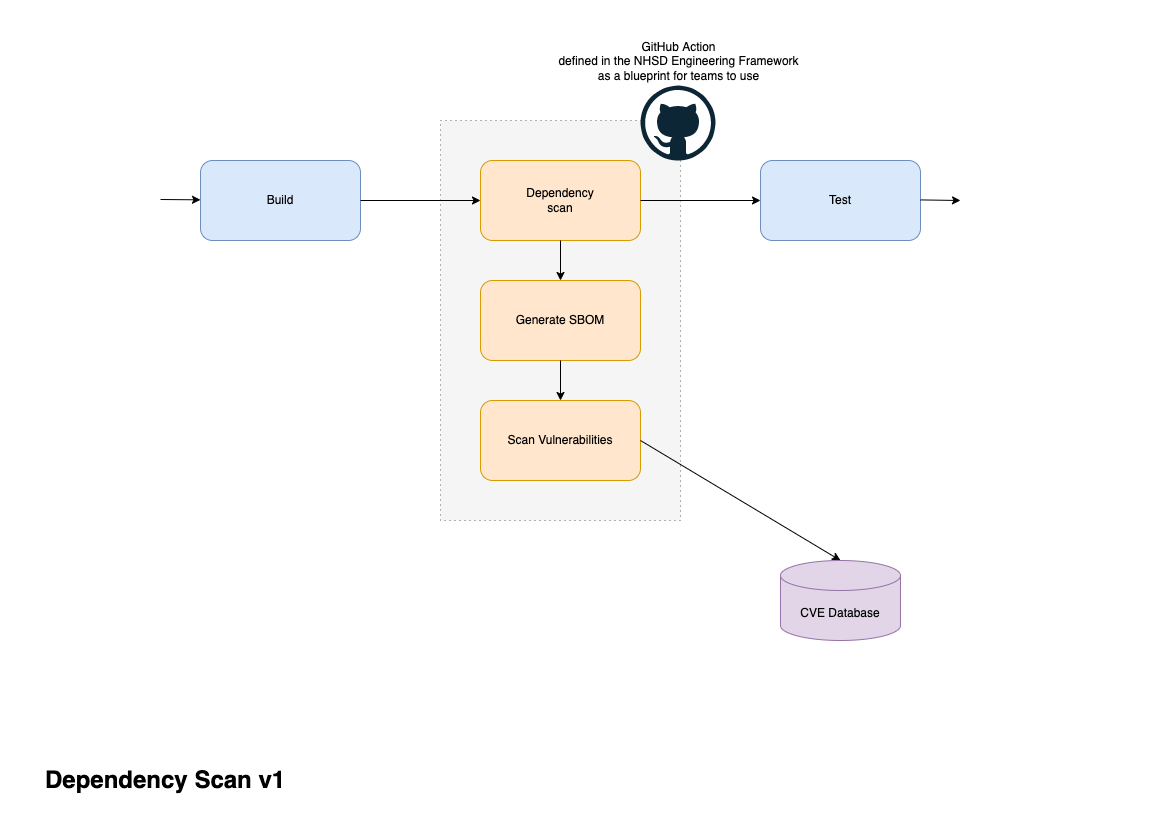
Earlier version of the draw.io export tools/dependency-scan/Design - Dependency Scan v1.drawio.png (NHSDigital/software-engineering-quality-framework). Source tidied: cells renumbered, new cells last; positions are measured from the earlier drawing's top-left corner, leaving out a move shared by most shapes. Source of this version:
```xml
<mxGraphModel>
  <root>
    <mxCell id="0" />
    <mxCell id="1" parent="0" />
    <mxCell id="2" style="rounded=0;whiteSpace=wrap;html=1;fillColor=#f5f5f5;fontColor=#333333;strokeColor=#666666;dashed=1;dashPattern=1 4;" parent="1" vertex="1">
      <mxGeometry x="400" y="35" width="240" height="400" as="geometry" />
    </mxCell>
    <mxCell id="3" value="Build" style="rounded=1;whiteSpace=wrap;html=1;fillColor=#dae8fc;strokeColor=#6c8ebf;" parent="1" vertex="1">
      <mxGeometry x="160" y="75" width="160" height="80" as="geometry" />
    </mxCell>
    <mxCell id="4" value="Dependency&lt;br&gt;scan" style="rounded=1;whiteSpace=wrap;html=1;fillColor=#ffe6cc;strokeColor=#d79b00;" parent="1" vertex="1">
      <mxGeometry x="440" y="75" width="160" height="80" as="geometry" />
    </mxCell>
    <mxCell id="5" value="Test" style="rounded=1;whiteSpace=wrap;html=1;fillColor=#dae8fc;strokeColor=#6c8ebf;" parent="1" vertex="1">
      <mxGeometry x="720" y="75" width="160" height="80" as="geometry" />
    </mxCell>
    <mxCell id="6" value="Generate SBOM" style="rounded=1;whiteSpace=wrap;html=1;fillColor=#ffe6cc;strokeColor=#d79b00;" parent="1" vertex="1">
      <mxGeometry x="440" y="195" width="160" height="80" as="geometry" />
    </mxCell>
    <mxCell id="7" value="Scan Vulnerabilities" style="rounded=1;whiteSpace=wrap;html=1;fillColor=#ffe6cc;strokeColor=#d79b00;" parent="1" vertex="1">
      <mxGeometry x="440" y="315" width="160" height="80" as="geometry" />
    </mxCell>
    <mxCell id="8" style="endArrow=classic;html=1;rounded=0;exitX=1;exitY=0.5;exitDx=0;exitDy=0;entryX=0;entryY=0.5;entryDx=0;entryDy=0;" parent="1" edge="1" source="3" target="4">
      <mxGeometry relative="1" as="geometry" />
    </mxCell>
    <mxCell id="9" style="endArrow=classic;html=1;rounded=0;exitX=1;exitY=0.5;exitDx=0;exitDy=0;entryX=0;entryY=0.5;entryDx=0;entryDy=0;" parent="1" edge="1" source="4" target="5">
      <mxGeometry relative="1" as="geometry" />
    </mxCell>
    <mxCell id="10" style="endArrow=classic;html=1;rounded=0;exitX=0.5;exitY=1;exitDx=0;exitDy=0;" parent="1" edge="1" source="4" target="6">
      <mxGeometry relative="1" as="geometry" />
    </mxCell>
    <mxCell id="11" style="endArrow=classic;html=1;rounded=0;entryX=0.5;entryY=0;entryDx=0;entryDy=0;" parent="1" edge="1" source="6" target="7">
      <mxGeometry relative="1" as="geometry" />
    </mxCell>
    <mxCell id="12" style="endArrow=classic;html=1;rounded=0;entryX=0.5;entryY=0;entryDx=0;entryDy=0;entryPerimeter=0;exitX=1;exitY=0.5;exitDx=0;exitDy=0;" parent="1" edge="1" source="7" target="17">
      <mxGeometry relative="1" as="geometry" />
    </mxCell>
    <mxCell id="13" style="endArrow=classic;html=1;rounded=0;" parent="1" edge="1" target="3">
      <mxGeometry relative="1" as="geometry">
        <mxPoint x="120" y="114" as="sourcePoint" />
      </mxGeometry>
    </mxCell>
    <mxCell id="14" style="endArrow=classic;html=1;rounded=0;exitX=1;exitY=0.5;exitDx=0;exitDy=0;" parent="1" edge="1">
      <mxGeometry relative="1" as="geometry">
        <mxPoint x="880" y="114.4" as="sourcePoint" />
        <mxPoint x="920" y="115" as="targetPoint" />
      </mxGeometry>
    </mxCell>
    <mxCell id="15" value="&lt;h1&gt;Dependency Scan v1&lt;/h1&gt;" style="text;html=1;strokeColor=none;fillColor=none;spacing=5;spacingTop=-20;whiteSpace=wrap;overflow=hidden;rounded=0;" parent="1" vertex="1">
      <mxGeometry y="675" width="280" height="40" as="geometry" />
    </mxCell>
    <mxCell id="16" value="GitHub Action&lt;br&gt;defined in the NHSD Engineering Framework&lt;br&gt;as a blueprint for teams to use" style="dashed=0;html=1;align=center;labelPosition=center;verticalLabelPosition=top;verticalAlign=bottom;shape=mxgraph.weblogos.github;" parent="1" vertex="1">
      <mxGeometry x="600" width="75" height="75" as="geometry" />
    </mxCell>
    <mxCell id="17" value="CVE&amp;nbsp;Database" style="shape=cylinder3;whiteSpace=wrap;html=1;boundedLbl=1;backgroundOutline=1;size=15;fillColor=#e1d5e7;strokeColor=#9673a6;" parent="1" vertex="1">
      <mxGeometry x="740" y="475" width="120" height="80" as="geometry" />
    </mxCell>
  </root>
</mxGraphModel>
```
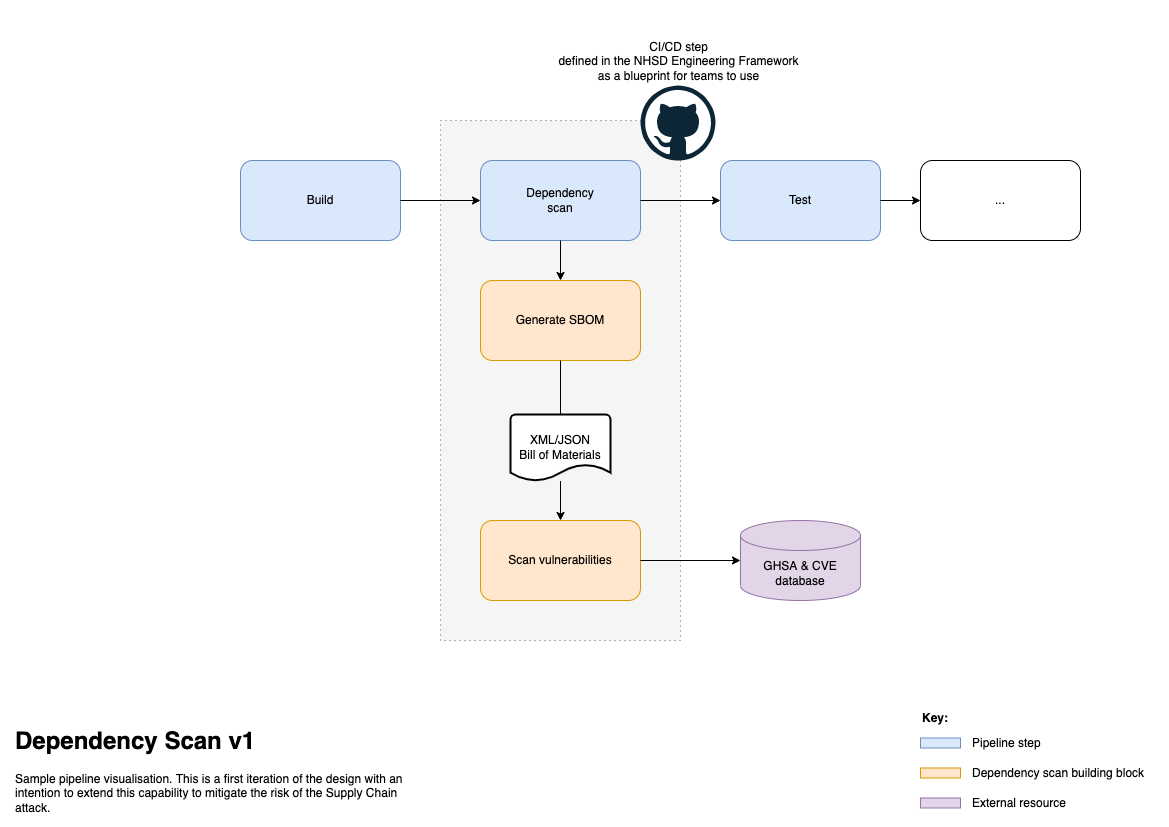
The same file after the commit.

Commit message:
Update the design diagram

Change to the diagram source:
```diff
@@ -3,22 +3,22 @@
     <mxCell id="0" />
     <mxCell id="1" parent="0" />
     <mxCell id="2" style="rounded=0;whiteSpace=wrap;html=1;fillColor=#f5f5f5;fontColor=#333333;strokeColor=#666666;dashed=1;dashPattern=1 4;" parent="1" vertex="1">
-      <mxGeometry x="400" y="35" width="240" height="400" as="geometry" />
+      <mxGeometry x="400" y="35" width="240" height="520" as="geometry" />
     </mxCell>
     <mxCell id="3" value="Build" style="rounded=1;whiteSpace=wrap;html=1;fillColor=#dae8fc;strokeColor=#6c8ebf;" parent="1" vertex="1">
-      <mxGeometry x="160" y="75" width="160" height="80" as="geometry" />
+      <mxGeometry x="200" y="75" width="160" height="80" as="geometry" />
     </mxCell>
-    <mxCell id="4" value="Dependency&lt;br&gt;scan" style="rounded=1;whiteSpace=wrap;html=1;fillColor=#ffe6cc;strokeColor=#d79b00;" parent="1" vertex="1">
+    <mxCell id="4" value="Dependency&lt;br&gt;scan" style="rounded=1;whiteSpace=wrap;html=1;fillColor=#dae8fc;strokeColor=#6c8ebf;" parent="1" vertex="1">
       <mxGeometry x="440" y="75" width="160" height="80" as="geometry" />
     </mxCell>
     <mxCell id="5" value="Test" style="rounded=1;whiteSpace=wrap;html=1;fillColor=#dae8fc;strokeColor=#6c8ebf;" parent="1" vertex="1">
-      <mxGeometry x="720" y="75" width="160" height="80" as="geometry" />
+      <mxGeometry x="680" y="75" width="160" height="80" as="geometry" />
     </mxCell>
     <mxCell id="6" value="Generate SBOM" style="rounded=1;whiteSpace=wrap;html=1;fillColor=#ffe6cc;strokeColor=#d79b00;" parent="1" vertex="1">
       <mxGeometry x="440" y="195" width="160" height="80" as="geometry" />
     </mxCell>
-    <mxCell id="7" value="Scan Vulnerabilities" style="rounded=1;whiteSpace=wrap;html=1;fillColor=#ffe6cc;strokeColor=#d79b00;" parent="1" vertex="1">
-      <mxGeometry x="440" y="315" width="160" height="80" as="geometry" />
+    <mxCell id="7" value="Scan vulnerabilities" style="rounded=1;whiteSpace=wrap;html=1;fillColor=#ffe6cc;strokeColor=#d79b00;" parent="1" vertex="1">
+      <mxGeometry x="440" y="435" width="160" height="80" as="geometry" />
     </mxCell>
     <mxCell id="8" style="endArrow=classic;html=1;rounded=0;exitX=1;exitY=0.5;exitDx=0;exitDy=0;entryX=0;entryY=0.5;entryDx=0;entryDy=0;" parent="1" edge="1" source="3" target="4">
       <mxGeometry relative="1" as="geometry" />
@@ -29,31 +29,53 @@
     <mxCell id="10" style="endArrow=classic;html=1;rounded=0;exitX=0.5;exitY=1;exitDx=0;exitDy=0;" parent="1" edge="1" source="4" target="6">
       <mxGeometry relative="1" as="geometry" />
     </mxCell>
-    <mxCell id="11" style="endArrow=classic;html=1;rounded=0;entryX=0.5;entryY=0;entryDx=0;entryDy=0;" parent="1" edge="1" source="6" target="7">
+    <mxCell id="11" style="endArrow=classic;html=1;rounded=0;entryX=0.5;entryY=0;entryDx=0;entryDy=0;startArrow=none;" parent="1" edge="1" source="18" target="7">
       <mxGeometry relative="1" as="geometry" />
     </mxCell>
-    <mxCell id="12" style="endArrow=classic;html=1;rounded=0;entryX=0.5;entryY=0;entryDx=0;entryDy=0;entryPerimeter=0;exitX=1;exitY=0.5;exitDx=0;exitDy=0;" parent="1" edge="1" source="7" target="17">
+    <mxCell id="12" style="endArrow=classic;html=1;rounded=0;exitX=1;exitY=0.5;exitDx=0;exitDy=0;" parent="1" edge="1" source="7" target="17">
       <mxGeometry relative="1" as="geometry" />
     </mxCell>
-    <mxCell id="13" style="endArrow=classic;html=1;rounded=0;" parent="1" edge="1" target="3">
-      <mxGeometry relative="1" as="geometry">
-        <mxPoint x="120" y="114" as="sourcePoint" />
-      </mxGeometry>
-    </mxCell>
-    <mxCell id="14" style="endArrow=classic;html=1;rounded=0;exitX=1;exitY=0.5;exitDx=0;exitDy=0;" parent="1" edge="1">
-      <mxGeometry relative="1" as="geometry">
-        <mxPoint x="880" y="114.4" as="sourcePoint" />
-        <mxPoint x="920" y="115" as="targetPoint" />
-      </mxGeometry>
+    <mxCell id="14" style="endArrow=classic;html=1;rounded=0;exitX=1;exitY=0.5;exitDx=0;exitDy=0;entryX=0;entryY=0.5;entryDx=0;entryDy=0;" parent="1" edge="1" source="5" target="20">
+      <mxGeometry relative="1" as="geometry" />
     </mxCell>
-    <mxCell id="15" value="&lt;h1&gt;Dependency Scan v1&lt;/h1&gt;" style="text;html=1;strokeColor=none;fillColor=none;spacing=5;spacingTop=-20;whiteSpace=wrap;overflow=hidden;rounded=0;" parent="1" vertex="1">
-      <mxGeometry y="675" width="280" height="40" as="geometry" />
+    <mxCell id="15" value="&lt;h1&gt;Dependency Scan v1&lt;/h1&gt;&lt;div&gt;Sample pipeline visualisation. This is a first iteration of the design with an intention to extend this capability to mitigate the risk of the Supply Chain attack.&lt;/div&gt;" style="text;html=1;strokeColor=none;fillColor=none;spacing=5;spacingTop=-20;whiteSpace=wrap;overflow=hidden;rounded=0;" parent="1" vertex="1">
+      <mxGeometry x="-30" y="635.5" width="400" height="99.5" as="geometry" />
     </mxCell>
-    <mxCell id="16" value="GitHub Action&lt;br&gt;defined in the NHSD Engineering Framework&lt;br&gt;as a blueprint for teams to use" style="dashed=0;html=1;align=center;labelPosition=center;verticalLabelPosition=top;verticalAlign=bottom;shape=mxgraph.weblogos.github;" parent="1" vertex="1">
+    <mxCell id="16" value="CI/CD step&lt;br&gt;defined in the NHSD Engineering Framework&lt;br&gt;as a blueprint for teams to use" style="dashed=0;html=1;align=center;labelPosition=center;verticalLabelPosition=top;verticalAlign=bottom;shape=mxgraph.weblogos.github;" parent="1" vertex="1">
       <mxGeometry x="600" width="75" height="75" as="geometry" />
     </mxCell>
-    <mxCell id="17" value="CVE&amp;nbsp;Database" style="shape=cylinder3;whiteSpace=wrap;html=1;boundedLbl=1;backgroundOutline=1;size=15;fillColor=#e1d5e7;strokeColor=#9673a6;" parent="1" vertex="1">
-      <mxGeometry x="740" y="475" width="120" height="80" as="geometry" />
+    <mxCell id="17" value="GHSA &amp;amp; CVE&lt;br&gt;database" style="shape=cylinder3;whiteSpace=wrap;html=1;boundedLbl=1;backgroundOutline=1;size=15;fillColor=#e1d5e7;strokeColor=#9673a6;" parent="1" vertex="1">
+      <mxGeometry x="700" y="435" width="120" height="80" as="geometry" />
     </mxCell>
+    <mxCell id="18" value="XML/JSON&lt;br&gt;Bill of Materials" style="strokeWidth=2;html=1;shape=mxgraph.flowchart.document2;whiteSpace=wrap;size=0.25;" parent="1" vertex="1">
+      <mxGeometry x="470" y="329" width="100" height="66.5" as="geometry" />
+    </mxCell>
+    <mxCell id="19" style="endArrow=none;html=1;rounded=0;entryX=0.5;entryY=0;entryDx=0;entryDy=0;" parent="1" edge="1" source="6" target="18">
+      <mxGeometry relative="1" as="geometry" />
+    </mxCell>
+    <mxCell id="20" value="..." style="rounded=1;whiteSpace=wrap;html=1;gradientDirection=east;" parent="1" vertex="1">
+      <mxGeometry x="880" y="75" width="160" height="80" as="geometry" />
+    </mxCell>
+    <mxCell id="21" style="rounded=0;whiteSpace=wrap;html=1;gradientDirection=east;fillColor=#dae8fc;strokeColor=#6c8ebf;" parent="1" vertex="1">
+      <mxGeometry x="880" y="652.5" width="40" height="10" as="geometry" />
+    </mxCell>
+    <mxCell id="22" value="Key:" style="text;html=1;strokeColor=none;fillColor=none;align=left;verticalAlign=middle;whiteSpace=wrap;rounded=0;fontStyle=1;" parent="1" vertex="1">
+      <mxGeometry x="880" y="622.5" width="180" height="20" as="geometry" />
+    </mxCell>
+    <mxCell id="23" value="Pipeline step" style="text;html=1;strokeColor=none;fillColor=none;align=left;verticalAlign=middle;whiteSpace=wrap;rounded=0;" parent="1" vertex="1">
+      <mxGeometry x="930" y="647.5" width="190" height="20" as="geometry" />
+    </mxCell>
+    <mxCell id="24" style="rounded=0;whiteSpace=wrap;html=1;gradientDirection=east;fillColor=#ffe6cc;strokeColor=#d79b00;" parent="1" vertex="1">
+      <mxGeometry x="880" y="682.5" width="40" height="10" as="geometry" />
+    </mxCell>
+    <mxCell id="25" value="Dependency scan building block" style="text;html=1;strokeColor=none;fillColor=none;align=left;verticalAlign=middle;whiteSpace=wrap;rounded=0;" parent="1" vertex="1">
+      <mxGeometry x="930" y="677.5" width="190" height="20" as="geometry" />
+    </mxCell>
+    <mxCell id="26" style="rounded=0;whiteSpace=wrap;html=1;gradientDirection=east;fillColor=#e1d5e7;strokeColor=#9673a6;" parent="1" vertex="1">
+      <mxGeometry x="880" y="712.5" width="40" height="10" as="geometry" />
+    </mxCell>
+    <mxCell id="27" value="External resource" style="text;html=1;strokeColor=none;fillColor=none;align=left;verticalAlign=middle;whiteSpace=wrap;rounded=0;" parent="1" vertex="1">
+      <mxGeometry x="930" y="707.5" width="190" height="20" as="geometry" />
+    </mxCell>
   </root>
 </mxGraphModel>
```
